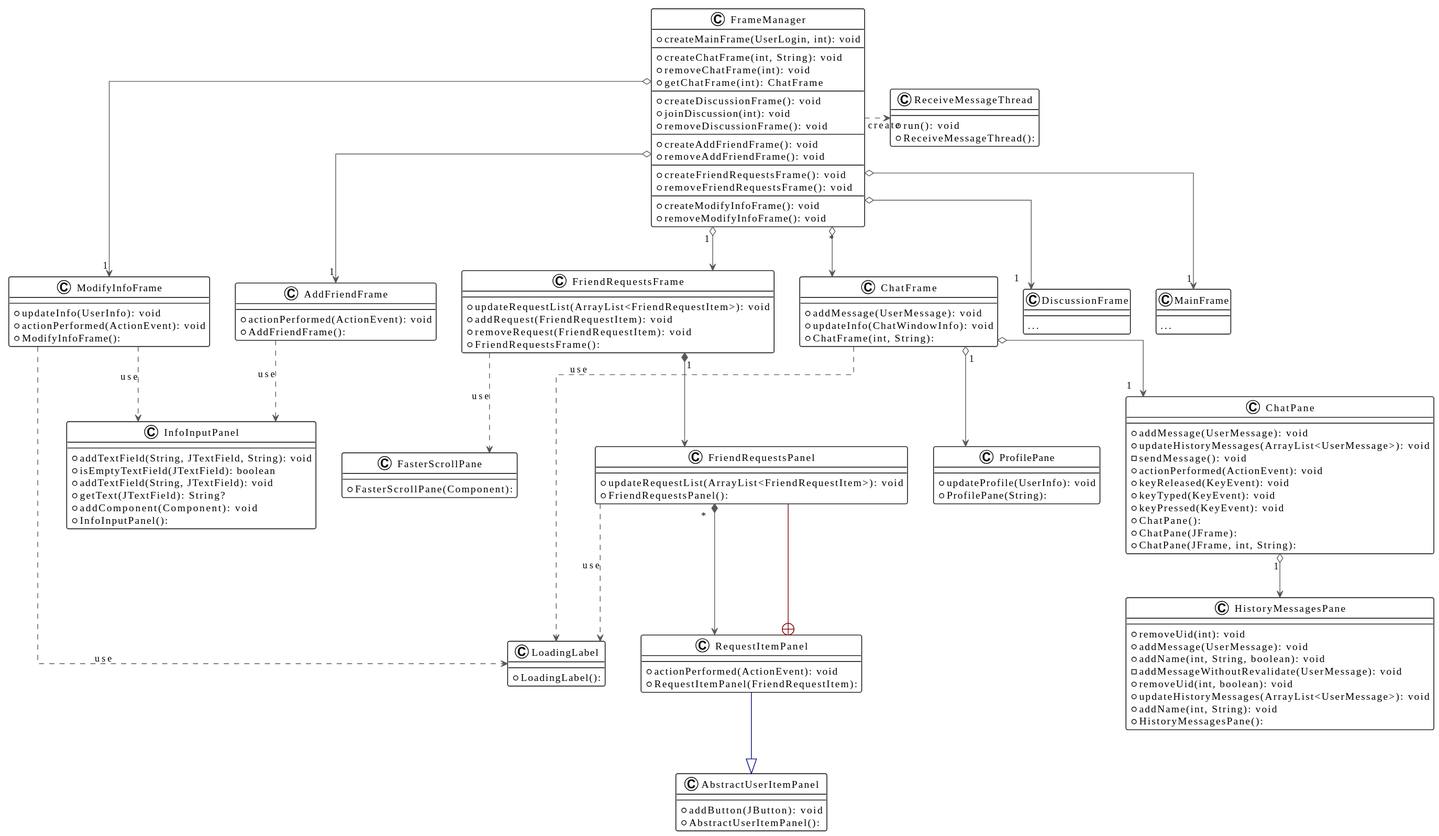
Above: uml/client-frames.svg in FengWu-PKU/Calendar_Chat (PlantUML), before the change.
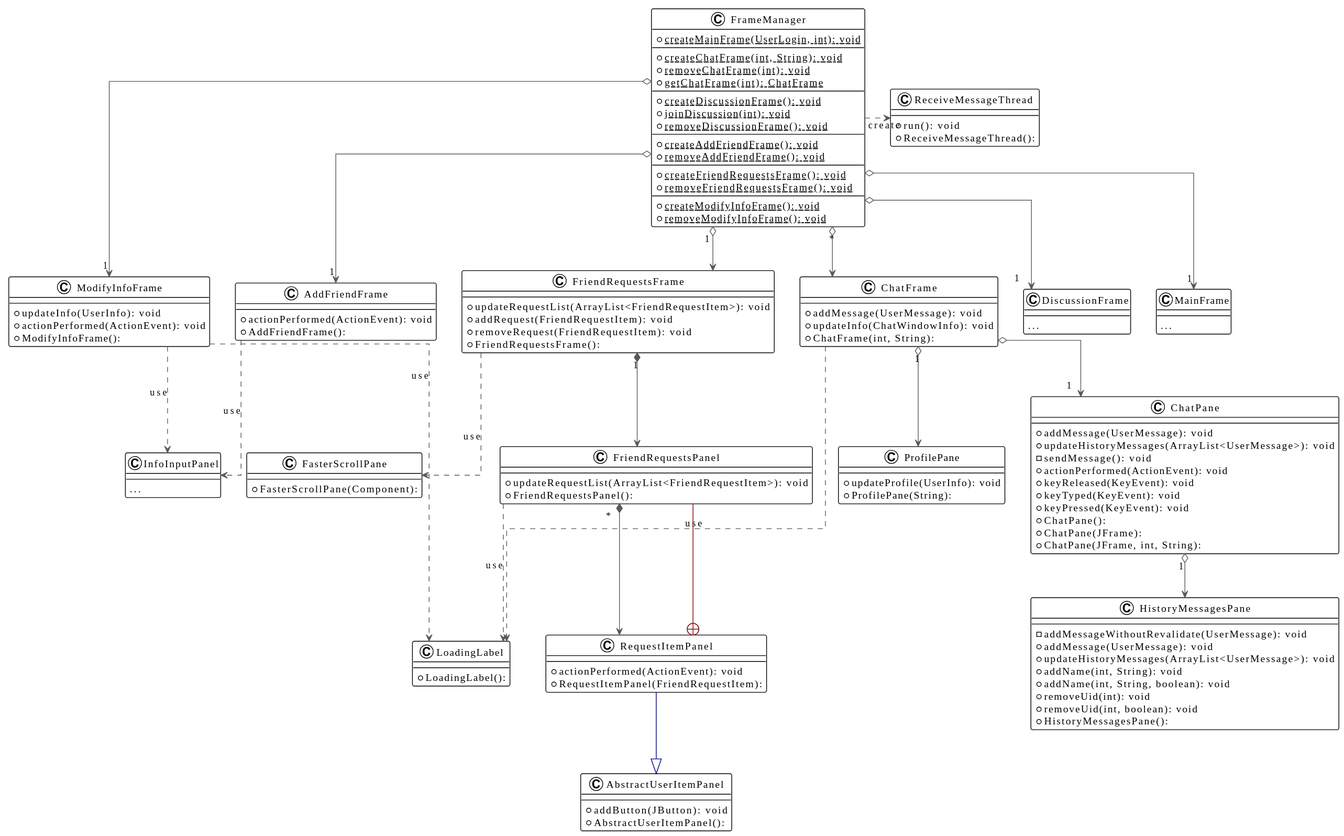
After the commit.

The edit, as a diff of the source:
```diff
@@ -37,24 +37,24 @@
   + FasterScrollPane(Component):
 }
 class FrameManager {
-  + createMainFrame(UserLogin, int): void
+  + {static} createMainFrame(UserLogin, int): void
   ---
-  + createChatFrame(int, String): void
-  + removeChatFrame(int): void
-  + getChatFrame(int): ChatFrame
+  + {static} createChatFrame(int, String): void
+  + {static} removeChatFrame(int): void
+  + {static} getChatFrame(int): ChatFrame
   ---
-  + createDiscussionFrame(): void
-  + joinDiscussion(int): void
-  + removeDiscussionFrame(): void
+  + {static} createDiscussionFrame(): void
+  + {static} joinDiscussion(int): void
+  + {static} removeDiscussionFrame(): void
   ---
-  + createAddFriendFrame(): void
-  + removeAddFriendFrame(): void
+  + {static} createAddFriendFrame(): void
+  + {static} removeAddFriendFrame(): void
   ---
-  + createFriendRequestsFrame(): void
-  + removeFriendRequestsFrame(): void
+  + {static} createFriendRequestsFrame(): void
+  + {static} removeFriendRequestsFrame(): void
   ---
-  + createModifyInfoFrame(): void
-  + removeModifyInfoFrame(): void
+  + {static} createModifyInfoFrame(): void
+  + {static} removeModifyInfoFrame(): void
 }
 class FriendRequestsFrame {
   + updateRequestList(ArrayList<FriendRequestItem>): void
@@ -67,22 +67,18 @@
   + FriendRequestsPanel():
 }
 class HistoryMessagesPane {
-  + removeUid(int): void
+  - addMessageWithoutRevalidate(UserMessage): void
   + addMessage(UserMessage): void
-  + addName(int, String, boolean): void
-  - addMessageWithoutRevalidate(UserMessage): void
-  + removeUid(int, boolean): void
   + updateHistoryMessages(ArrayList<UserMessage>): void
   + addName(int, String): void
+  + addName(int, String, boolean): void
+  + removeUid(int): void
+  + removeUid(int, boolean): void
   + HistoryMessagesPane():
 }
 class InfoInputPanel {
-  + addTextField(String, JTextField, String): void
-  + isEmptyTextField(JTextField): boolean
-  + addTextField(String, JTextField): void
-  + getText(JTextField): String?
-  + addComponent(Component): void
-  + InfoInputPanel():
+  ---
+  ...
 }
 class LoadingLabel {
   + LoadingLabel():
```
